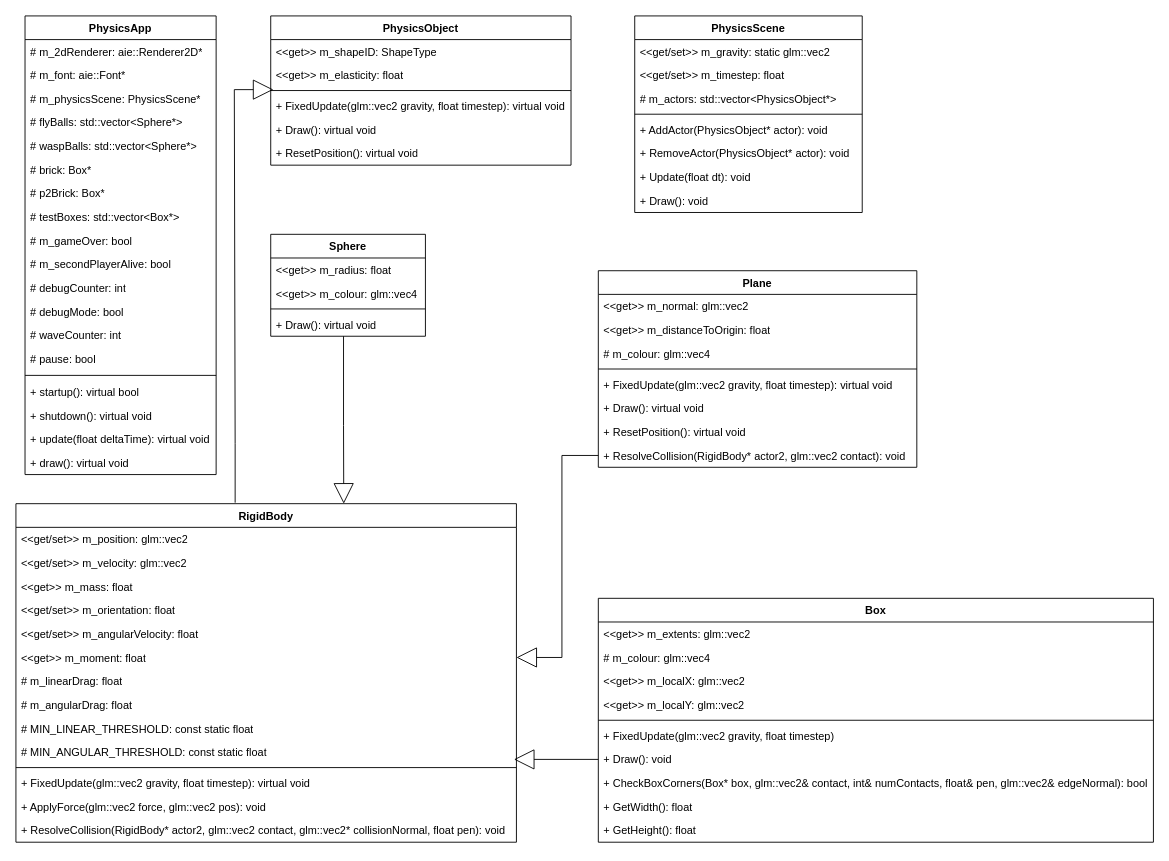
Before: Second Year/Physics for Games/PhysicsEngine.drawio in Elias-s231135/Robert-2, a draw.io diagram. Source tidied: cells renumbered, new cells numbered last; positions are measured from the earlier drawing's top-left corner, leaving out a move shared by most shapes. Both pictures are drawn from the tidied source at 91%, with x=0, y=0 at pixel (15, 15).
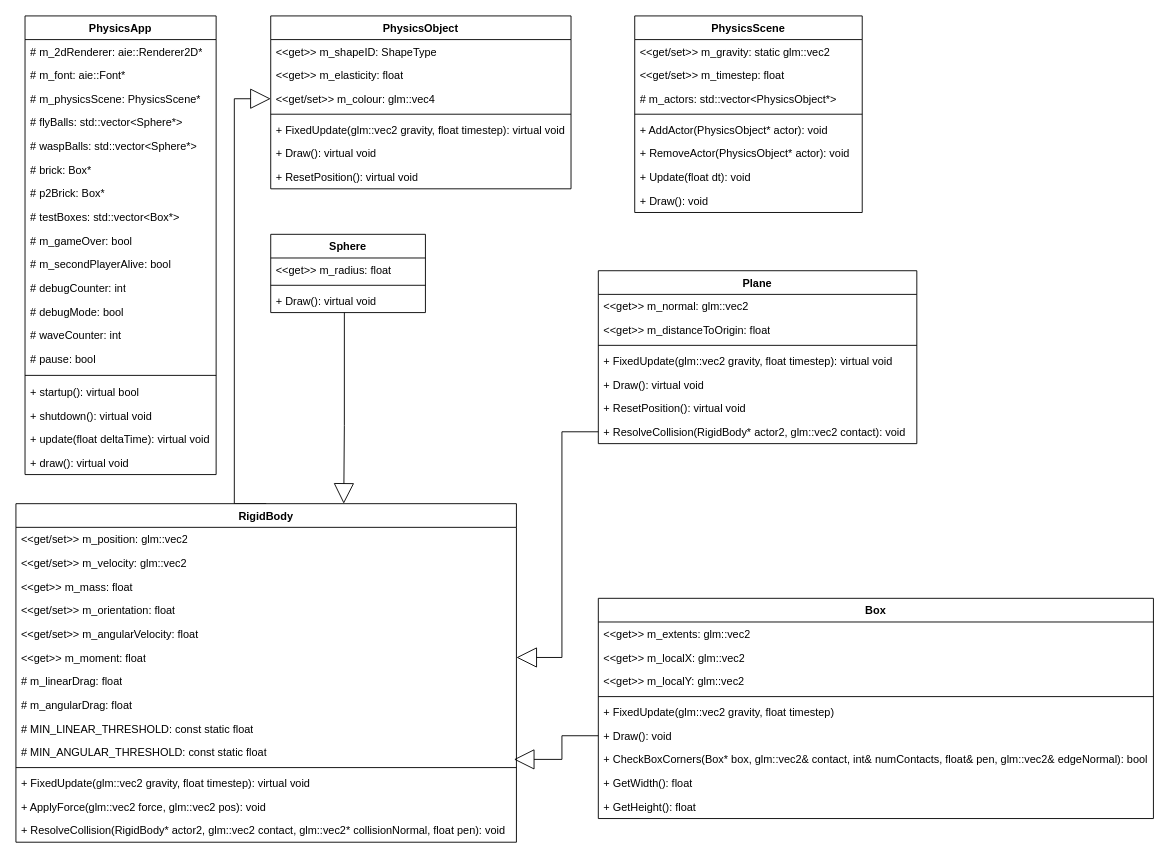
The same diagram, later.

The change refers to these unchanged cells:
```xml
<mxCell id="38" value="RigidBody" style="swimlane;fontStyle=1;align=center;verticalAlign=top;horizontal=1;startSize=26;whiteSpace=wrap;html=1;" parent="1" vertex="1">
  <mxGeometry y="536" width="550" height="372" as="geometry" />
</mxCell>
```

Change to the diagram source:
```diff
@@
     <mxCell id="22" value="PhysicsObject" style="swimlane;fontStyle=1;align=center;verticalAlign=top;horizontal=1;startSize=26;whiteSpace=wrap;html=1;" parent="1" vertex="1">
-      <mxGeometry x="280" width="330" height="164" as="geometry" />
+      <mxGeometry x="280" width="330" height="190" as="geometry" />
     </mxCell>
@@
+    <mxCell id="55" value="&amp;lt;&amp;lt;get/set&amp;gt;&amp;gt; m_colour: glm::vec4" style="text;strokeColor=none;fillColor=none;align=left;verticalAlign=top;spacingLeft=4;spacingRight=4;overflow=hidden;points=[[0,0.5],[1,0.5]];portConstraint=eastwest;whiteSpace=wrap;html=1;" parent="22" vertex="1">
+      <mxGeometry y="78" width="330" height="26" as="geometry" />
+    </mxCell>
     <mxCell id="25" style="line;strokeWidth=1;fillColor=none;align=left;verticalAlign=middle;spacingTop=-1;spacingLeft=3;spacingRight=3;labelPosition=right;points=[];portConstraint=eastwest;strokeColor=inherit;" parent="22" vertex="1">
-      <mxGeometry y="78" width="330" height="8" as="geometry" />
+      <mxGeometry y="104" width="330" height="8" as="geometry" />
     </mxCell>
     <mxCell id="26" value="+ FixedUpdate(glm::vec2 gravity, float timestep): virtual void" style="text;strokeColor=none;fillColor=none;align=left;verticalAlign=top;spacingLeft=4;spacingRight=4;overflow=hidden;whiteSpace=wrap;html=1;" parent="22" vertex="1">
-      <mxGeometry y="86" width="330" height="26" as="geometry" />
+      <mxGeometry y="112" width="330" height="26" as="geometry" />
     </mxCell>
     <mxCell id="27" value="+ Draw(): virtual void" style="text;strokeColor=none;fillColor=none;align=left;verticalAlign=top;spacingLeft=4;spacingRight=4;overflow=hidden;whiteSpace=wrap;html=1;" parent="22" vertex="1">
-      <mxGeometry y="112" width="330" height="26" as="geometry" />
+      <mxGeometry y="138" width="330" height="26" as="geometry" />
     </mxCell>
     <mxCell id="28" value="+ ResetPosition(): virtual void" style="text;strokeColor=none;fillColor=none;align=left;verticalAlign=top;spacingLeft=4;spacingRight=4;overflow=hidden;whiteSpace=wrap;html=1;" parent="22" vertex="1">
-      <mxGeometry y="138" width="330" height="26" as="geometry" />
+      <mxGeometry y="164" width="330" height="26" as="geometry" />
     </mxCell>
@@
+    <mxCell id="82" style="edgeStyle=orthogonalEdgeStyle;rounded=0;jettySize=auto;html=1;exitX=0.5;exitY=0;exitDx=0;exitDy=0;entryX=0;entryY=0.5;entryDx=0;entryDy=0;endArrow=block;endFill=0;endSize=20;" parent="1" edge="1" source="38" target="55">
+      <mxGeometry relative="1" as="geometry">
+        <Array as="points">
+          <mxPoint x="240" y="536" />
+          <mxPoint x="240" y="91" />
+        </Array>
+      </mxGeometry>
+    </mxCell>
@@
     <mxCell id="53" value="Sphere" style="swimlane;fontStyle=1;align=center;verticalAlign=top;horizontal=1;startSize=26;whiteSpace=wrap;html=1;" parent="1" vertex="1">
-      <mxGeometry x="280" y="240" width="170" height="112" as="geometry" />
+      <mxGeometry x="280" y="240" width="170" height="86" as="geometry" />
     </mxCell>
@@
-    <mxCell id="55" value="&amp;lt;&amp;lt;get&amp;gt;&amp;gt; m_colour: glm::vec4" style="text;strokeColor=none;fillColor=none;align=left;verticalAlign=top;spacingLeft=4;spacingRight=4;overflow=hidden;points=[[0,0.5],[1,0.5]];portConstraint=eastwest;whiteSpace=wrap;html=1;" parent="53" vertex="1">
-      <mxGeometry y="52" width="170" height="26" as="geometry" />
-    </mxCell>
     <mxCell id="56" style="line;strokeWidth=1;fillColor=none;align=left;verticalAlign=middle;spacingTop=-1;spacingLeft=3;spacingRight=3;labelPosition=right;strokeColor=inherit;" parent="53" vertex="1">
-      <mxGeometry y="78" width="170" height="8" as="geometry" />
+      <mxGeometry y="52" width="170" height="8" as="geometry" />
     </mxCell>
     <mxCell id="57" value="+ Draw(): virtual void" style="text;strokeColor=none;fillColor=none;align=left;verticalAlign=top;spacingLeft=4;spacingRight=4;overflow=hidden;points=[[0,0.5],[1,0.5]];portConstraint=eastwest;whiteSpace=wrap;html=1;" parent="53" vertex="1">
-      <mxGeometry y="86" width="170" height="26" as="geometry" />
+      <mxGeometry y="60" width="170" height="26" as="geometry" />
     </mxCell>
     <mxCell id="58" value="Plane" style="swimlane;fontStyle=1;align=center;verticalAlign=top;horizontal=1;startSize=26;whiteSpace=wrap;html=1;" parent="1" vertex="1">
-      <mxGeometry x="640" y="280" width="350" height="216" as="geometry" />
+      <mxGeometry x="640" y="280" width="350" height="190" as="geometry" />
     </mxCell>
@@
-    <mxCell id="61" value="# m_colour: glm::vec4" style="text;strokeColor=none;fillColor=none;align=left;verticalAlign=top;spacingLeft=4;spacingRight=4;overflow=hidden;whiteSpace=wrap;html=1;" parent="58" vertex="1">
-      <mxGeometry y="78" width="350" height="26" as="geometry" />
-    </mxCell>
     <mxCell id="62" style="line;strokeWidth=1;fillColor=none;align=left;verticalAlign=middle;spacingTop=-1;spacingLeft=3;spacingRight=3;labelPosition=right;strokeColor=inherit;" parent="58" vertex="1">
-      <mxGeometry y="104" width="350" height="8" as="geometry" />
+      <mxGeometry y="78" width="350" height="8" as="geometry" />
     </mxCell>
     <mxCell id="63" value="+ FixedUpdate(glm::vec2 gravity, float timestep): virtual void" style="text;strokeColor=none;fillColor=none;align=left;verticalAlign=top;spacingLeft=4;spacingRight=4;overflow=hidden;whiteSpace=wrap;html=1;" parent="58" vertex="1">
-      <mxGeometry y="112" width="350" height="26" as="geometry" />
+      <mxGeometry y="86" width="350" height="26" as="geometry" />
     </mxCell>
     <mxCell id="64" value="+ Draw(): virtual void" style="text;strokeColor=none;fillColor=none;align=left;verticalAlign=top;spacingLeft=4;spacingRight=4;overflow=hidden;whiteSpace=wrap;html=1;" parent="58" vertex="1">
-      <mxGeometry y="138" width="350" height="26" as="geometry" />
+      <mxGeometry y="112" width="350" height="26" as="geometry" />
     </mxCell>
     <mxCell id="65" value="+ ResetPosition(): virtual void" style="text;strokeColor=none;fillColor=none;align=left;verticalAlign=top;spacingLeft=4;spacingRight=4;overflow=hidden;whiteSpace=wrap;html=1;" parent="58" vertex="1">
-      <mxGeometry y="164" width="350" height="26" as="geometry" />
+      <mxGeometry y="138" width="350" height="26" as="geometry" />
     </mxCell>
     <mxCell id="66" value="+ ResolveCollision(RigidBody* actor2, glm::vec2 contact): void" style="text;strokeColor=none;fillColor=none;align=left;verticalAlign=top;spacingLeft=4;spacingRight=4;overflow=hidden;points=[[0,0.5],[1,0.5]];portConstraint=eastwest;whiteSpace=wrap;html=1;" parent="58" vertex="1">
-      <mxGeometry y="190" width="350" height="26" as="geometry" />
+      <mxGeometry y="164" width="350" height="26" as="geometry" />
     </mxCell>
@@
     <mxCell id="68" value="Box" style="swimlane;fontStyle=1;align=center;verticalAlign=top;horizontal=1;startSize=26;whiteSpace=wrap;html=1;" parent="1" vertex="1">
-      <mxGeometry x="640" y="640" width="610" height="268" as="geometry" />
+      <mxGeometry x="640" y="640" width="610" height="242" as="geometry" />
     </mxCell>
@@
-    <mxCell id="70" value="# m_colour: glm::vec4" style="text;strokeColor=none;fillColor=none;align=left;verticalAlign=top;spacingLeft=4;spacingRight=4;overflow=hidden;whiteSpace=wrap;html=1;" parent="68" vertex="1">
-      <mxGeometry y="52" width="610" height="26" as="geometry" />
-    </mxCell>
     <mxCell id="71" value="&amp;lt;&amp;lt;get&amp;gt;&amp;gt;&amp;nbsp;m_localX: glm::vec2" style="text;strokeColor=none;fillColor=none;align=left;verticalAlign=top;spacingLeft=4;spacingRight=4;overflow=hidden;whiteSpace=wrap;html=1;" parent="68" vertex="1">
-      <mxGeometry y="78" width="610" height="26" as="geometry" />
+      <mxGeometry y="52" width="610" height="26" as="geometry" />
     </mxCell>
     <mxCell id="72" value="&amp;lt;&amp;lt;get&amp;gt;&amp;gt;&amp;nbsp;m_localY: glm::vec2" style="text;strokeColor=none;fillColor=none;align=left;verticalAlign=top;spacingLeft=4;spacingRight=4;overflow=hidden;whiteSpace=wrap;html=1;" parent="68" vertex="1">
-      <mxGeometry y="104" width="610" height="26" as="geometry" />
+      <mxGeometry y="78" width="610" height="26" as="geometry" />
     </mxCell>
     <mxCell id="73" style="line;strokeWidth=1;fillColor=none;align=left;verticalAlign=middle;spacingTop=-1;spacingLeft=3;spacingRight=3;labelPosition=right;strokeColor=inherit;" parent="68" vertex="1">
-      <mxGeometry y="130" width="610" height="8" as="geometry" />
+      <mxGeometry y="104" width="610" height="8" as="geometry" />
     </mxCell>
     <mxCell id="74" value="+ FixedUpdate(glm::vec2 gravity, float timestep)" style="text;strokeColor=none;fillColor=none;align=left;verticalAlign=top;spacingLeft=4;spacingRight=4;overflow=hidden;whiteSpace=wrap;html=1;" parent="68" vertex="1">
-      <mxGeometry y="138" width="610" height="26" as="geometry" />
+      <mxGeometry y="112" width="610" height="26" as="geometry" />
     </mxCell>
     <mxCell id="75" value="+ Draw(): void" style="text;strokeColor=none;fillColor=none;align=left;verticalAlign=top;spacingLeft=4;spacingRight=4;overflow=hidden;points=[[0,0.5],[1,0.5]];portConstraint=eastwest;whiteSpace=wrap;html=1;" parent="68" vertex="1">
-      <mxGeometry y="164" width="610" height="26" as="geometry" />
+      <mxGeometry y="138" width="610" height="26" as="geometry" />
     </mxCell>
     <mxCell id="76" value="+ CheckBoxCorners(Box* box, glm::vec2&amp;amp; contact, int&amp;amp; numContacts, float&amp;amp; pen, glm::vec2&amp;amp; edgeNormal): bool" style="text;strokeColor=none;fillColor=none;align=left;verticalAlign=top;spacingLeft=4;spacingRight=4;overflow=hidden;whiteSpace=wrap;html=1;" parent="68" vertex="1">
-      <mxGeometry y="190" width="610" height="26" as="geometry" />
+      <mxGeometry y="164" width="610" height="26" as="geometry" />
     </mxCell>
     <mxCell id="77" value="+ GetWidth(): float" style="text;strokeColor=none;fillColor=none;align=left;verticalAlign=top;spacingLeft=4;spacingRight=4;overflow=hidden;whiteSpace=wrap;html=1;" parent="68" vertex="1">
-      <mxGeometry y="216" width="610" height="26" as="geometry" />
+      <mxGeometry y="190" width="610" height="26" as="geometry" />
     </mxCell>
     <mxCell id="78" value="+ GetHeight(): float" style="text;strokeColor=none;fillColor=none;align=left;verticalAlign=top;spacingLeft=4;spacingRight=4;overflow=hidden;whiteSpace=wrap;html=1;" parent="68" vertex="1">
-      <mxGeometry y="242" width="610" height="26" as="geometry" />
+      <mxGeometry y="216" width="610" height="26" as="geometry" />
     </mxCell>
-    <mxCell id="79" style="edgeStyle=orthogonalEdgeStyle;rounded=0;jettySize=auto;html=1;exitX=0;exitY=0.5;exitDx=0;exitDy=0;entryX=0.655;entryY=0;entryDx=0;entryDy=0;endArrow=block;endFill=0;strokeWidth=1;endSize=20;entryPerimeter=0;" parent="1" edge="1" target="38">
+    <mxCell id="79" style="edgeStyle=orthogonalEdgeStyle;rounded=0;jettySize=auto;html=1;exitX=0.476;exitY=1;exitDx=0;exitDy=0;entryX=0.655;entryY=0;entryDx=0;entryDy=0;endArrow=block;endFill=0;strokeWidth=1;endSize=20;entryPerimeter=0;exitPerimeter=0;" parent="1" edge="1" source="57" target="38">
       <mxGeometry relative="1" as="geometry">
-        <mxPoint x="360" y="352" as="sourcePoint" />
         <Array as="points">
-          <mxPoint x="360" y="450" />
-          <mxPoint x="360" y="450" />
+          <mxPoint x="361" y="450" />
         </Array>
       </mxGeometry>
     </mxCell>
@@
-    <mxCell id="81" style="edgeStyle=orthogonalEdgeStyle;rounded=0;jettySize=auto;html=1;exitX=0.438;exitY=-0.003;exitDx=0;exitDy=0;entryX=0.009;entryY=0.375;entryDx=0;entryDy=0;entryPerimeter=0;endArrow=block;endFill=0;endSize=20;exitPerimeter=0;" parent="1" edge="1" source="38" target="25">
-      <mxGeometry relative="1" as="geometry">
-        <Array as="points">
-          <mxPoint x="241" y="470" />
-          <mxPoint x="240" y="260" />
-          <mxPoint x="240" y="81" />
-        </Array>
-      </mxGeometry>
-    </mxCell>
```
